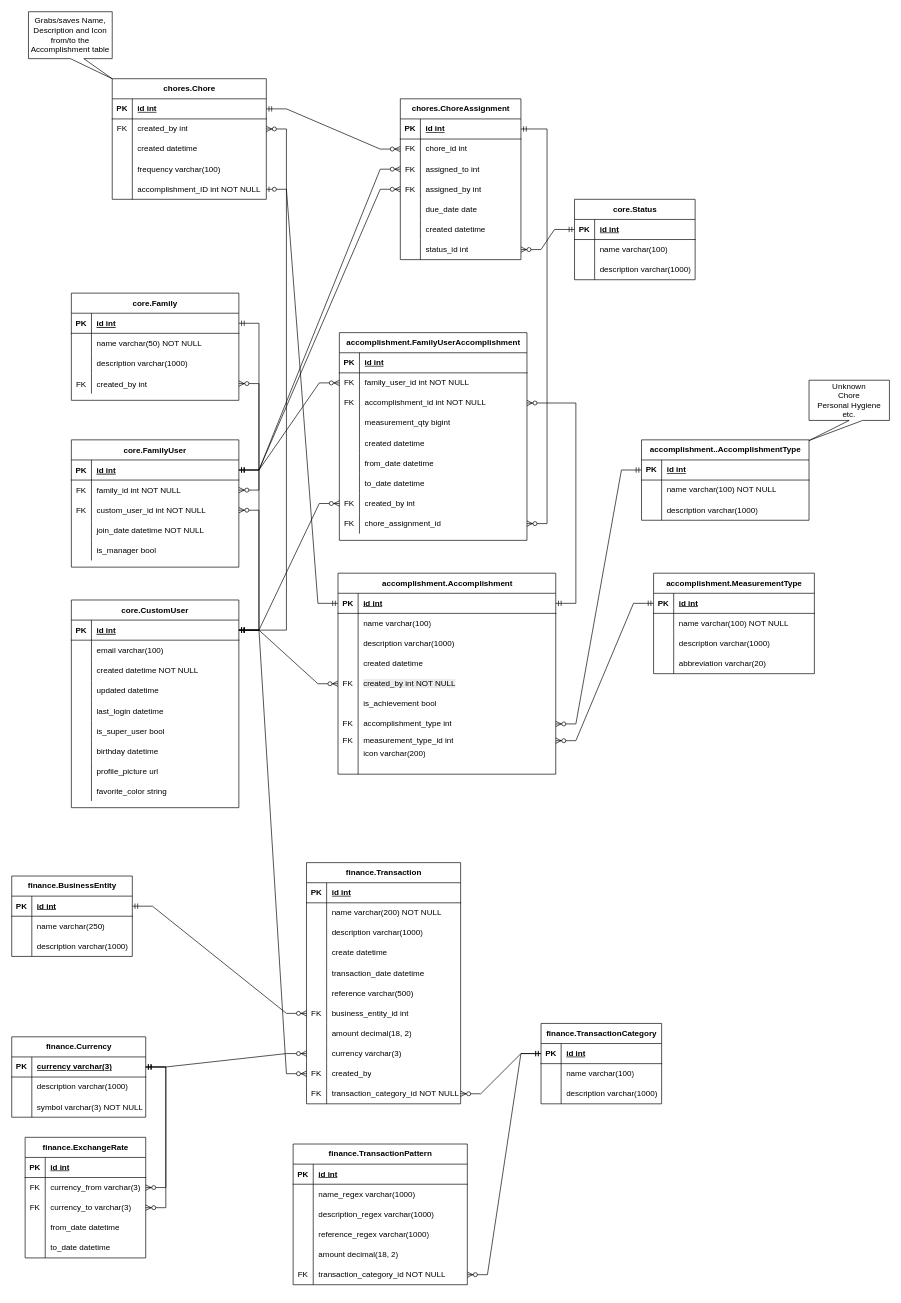
Earlier version of the draw.io diagram documentation/erds/FamilyThingsERD.drawio (WimpieRatte/FamilyThings). Source tidied: cells renumbered, new cells numbered last; positions are measured from the earlier drawing's top-left corner, leaving out a move shared by most shapes. Both pictures are drawn from the tidied source at 67%, with x=0, y=0 at pixel (11, 11).
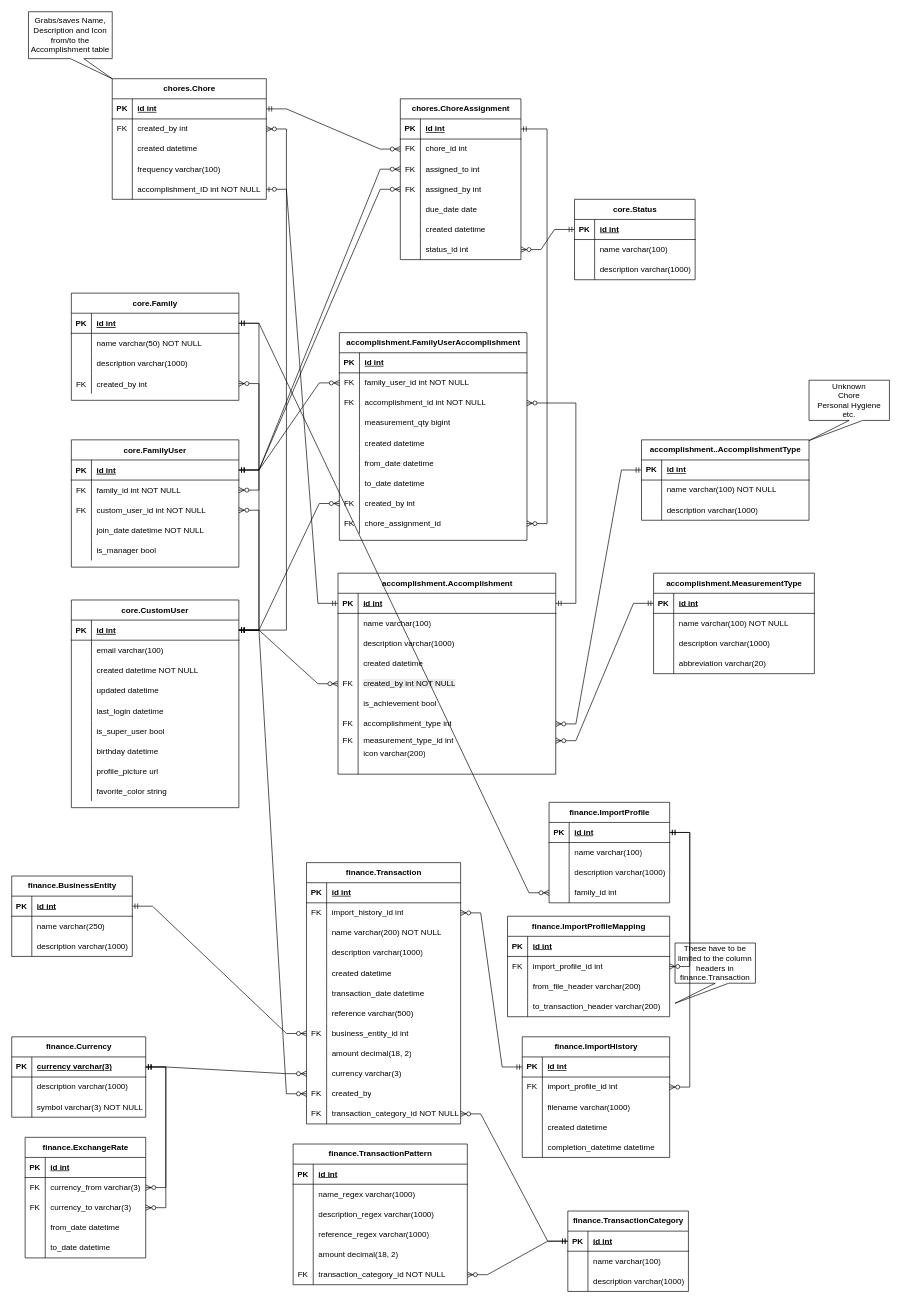
The same diagram, later.

Unchanged cells that the change refers to:
```xml
<mxCell id="129" style="shape=partialRectangle;fillColor=none;points=[[0,0.5],[1,0.5]];portConstraint=eastwest;top=0;left=0;right=0;bottom=1;" parent="128" vertex="1">
  <mxGeometry y="30" width="250" height="30" as="geometry" />
</mxCell>
```

Diff of the diagram source:
```diff
@@
     <mxCell id="149" value="finance.Transaction" style="shape=table;startSize=30;childLayout=tableLayout;rowLines=0;fontStyle=1;align=center;html=1;" parent="1" vertex="1">
-      <mxGeometry x="440" y="1270" width="230" height="360" as="geometry" />
+      <mxGeometry x="440" y="1270" width="230" height="390" as="geometry" />
     </mxCell>
@@
+    <mxCell id="313" style="shape=tableRow;horizontal=0;startSize=0;swimlaneHead=0;swimlaneBody=0;fillColor=none;points=[[0,0.5],[1,0.5]];portConstraint=eastwest;top=0;left=0;right=0;bottom=0;" parent="149" vertex="1">
+      <mxGeometry y="60" width="230" height="30" as="geometry" />
+    </mxCell>
+    <mxCell id="314" value="FK" style="shape=partialRectangle;fillColor=none;top=0;left=0;bottom=0;right=0;overflow=hidden;whiteSpace=wrap;html=1;" parent="313" vertex="1">
+      <mxGeometry width="30" height="30" as="geometry" />
+    </mxCell>
+    <mxCell id="315" value="import_history_id int" style="shape=partialRectangle;fillColor=none;top=0;left=0;bottom=0;right=0;align=left;spacingLeft=6;overflow=hidden;whiteSpace=wrap;html=1;" parent="313" vertex="1">
+      <mxGeometry x="30" width="200" height="30" as="geometry" />
+    </mxCell>
     <mxCell id="153" style="shape=tableRow;horizontal=0;startSize=0;swimlaneHead=0;swimlaneBody=0;fillColor=none;top=0;left=0;right=0;bottom=0;" parent="149" vertex="1">
-      <mxGeometry y="60" width="230" height="30" as="geometry" />
+      <mxGeometry y="90" width="230" height="30" as="geometry" />
     </mxCell>
@@
     <mxCell id="156" style="shape=tableRow;horizontal=0;startSize=0;swimlaneHead=0;swimlaneBody=0;fillColor=none;top=0;left=0;right=0;bottom=0;" parent="149" vertex="1">
-      <mxGeometry y="90" width="230" height="30" as="geometry" />
+      <mxGeometry y="120" width="230" height="30" as="geometry" />
     </mxCell>
@@
     <mxCell id="159" style="shape=tableRow;horizontal=0;startSize=0;swimlaneHead=0;swimlaneBody=0;fillColor=none;top=0;left=0;right=0;bottom=0;" parent="149" vertex="1">
-      <mxGeometry y="120" width="230" height="30" as="geometry" />
+      <mxGeometry y="150" width="230" height="30" as="geometry" />
     </mxCell>
@@
-    <mxCell id="161" value="create datetime" style="shape=partialRectangle;fillColor=none;top=0;left=0;bottom=0;right=0;align=left;spacingLeft=6;overflow=hidden;whiteSpace=wrap;html=1;" parent="159" vertex="1">
+    <mxCell id="161" value="created datetime" style="shape=partialRectangle;fillColor=none;top=0;left=0;bottom=0;right=0;align=left;spacingLeft=6;overflow=hidden;whiteSpace=wrap;html=1;" parent="159" vertex="1">
       <mxGeometry x="30" width="200" height="30" as="geometry" />
     </mxCell>
     <mxCell id="162" style="shape=tableRow;horizontal=0;startSize=0;swimlaneHead=0;swimlaneBody=0;fillColor=none;top=0;left=0;right=0;bottom=0;" parent="149" vertex="1">
-      <mxGeometry y="150" width="230" height="30" as="geometry" />
+      <mxGeometry y="180" width="230" height="30" as="geometry" />
     </mxCell>
@@
     <mxCell id="165" style="shape=tableRow;horizontal=0;startSize=0;swimlaneHead=0;swimlaneBody=0;fillColor=none;top=0;left=0;right=0;bottom=0;" parent="149" vertex="1">
-      <mxGeometry y="180" width="230" height="30" as="geometry" />
+      <mxGeometry y="210" width="230" height="30" as="geometry" />
     </mxCell>
@@
     <mxCell id="168" style="shape=tableRow;horizontal=0;startSize=0;swimlaneHead=0;swimlaneBody=0;fillColor=none;points=[[0,0.5],[1,0.5]];portConstraint=eastwest;top=0;left=0;right=0;bottom=0;" parent="149" vertex="1">
-      <mxGeometry y="210" width="230" height="30" as="geometry" />
+      <mxGeometry y="240" width="230" height="30" as="geometry" />
     </mxCell>
@@
     <mxCell id="171" style="shape=tableRow;horizontal=0;startSize=0;swimlaneHead=0;swimlaneBody=0;fillColor=none;top=0;left=0;right=0;bottom=0;" parent="149" vertex="1">
-      <mxGeometry y="240" width="230" height="30" as="geometry" />
+      <mxGeometry y="270" width="230" height="30" as="geometry" />
     </mxCell>
@@
     <mxCell id="174" style="shape=tableRow;horizontal=0;startSize=0;swimlaneHead=0;swimlaneBody=0;fillColor=none;points=[[0,0.5],[1,0.5]];portConstraint=eastwest;top=0;left=0;right=0;bottom=0;" parent="149" vertex="1">
-      <mxGeometry y="270" width="230" height="30" as="geometry" />
+      <mxGeometry y="300" width="230" height="30" as="geometry" />
     </mxCell>
@@
     <mxCell id="177" style="shape=tableRow;horizontal=0;startSize=0;swimlaneHead=0;swimlaneBody=0;fillColor=none;points=[[0,0.5],[1,0.5]];portConstraint=eastwest;top=0;left=0;right=0;bottom=0;" parent="149" vertex="1">
-      <mxGeometry y="300" width="230" height="30" as="geometry" />
+      <mxGeometry y="330" width="230" height="30" as="geometry" />
     </mxCell>
@@
     <mxCell id="180" style="shape=tableRow;horizontal=0;startSize=0;swimlaneHead=0;swimlaneBody=0;fillColor=none;points=[[0,0.5],[1,0.5]];portConstraint=eastwest;top=0;left=0;right=0;bottom=0;" parent="149" vertex="1">
-      <mxGeometry y="330" width="230" height="30" as="geometry" />
+      <mxGeometry y="360" width="230" height="30" as="geometry" />
     </mxCell>
@@
     <mxCell id="243" value="finance.TransactionCategory" style="shape=table;startSize=30;childLayout=tableLayout;rowLines=0;fontStyle=1;align=center;html=1;" parent="1" vertex="1">
-      <mxGeometry x="790" y="1510" width="180" height="120" as="geometry" />
+      <mxGeometry x="830" y="1790" width="180" height="120" as="geometry" />
     </mxCell>
@@
+    <mxCell id="316" value="finance.ImportProfileMapping" style="shape=table;startSize=30;childLayout=tableLayout;rowLines=0;fontStyle=1;align=center;html=1;" parent="1" vertex="1">
+      <mxGeometry x="740" y="1350" width="242" height="150" as="geometry" />
+    </mxCell>
+    <mxCell id="317" style="shape=tableRow;horizontal=0;startSize=0;swimlaneHead=0;swimlaneBody=0;fillColor=none;top=0;left=0;right=0;bottom=1;" parent="316" vertex="1">
+      <mxGeometry y="30" width="242" height="30" as="geometry" />
+    </mxCell>
+    <mxCell id="318" value="PK" style="shape=partialRectangle;fillColor=none;top=0;left=0;bottom=0;right=0;fontStyle=1;overflow=hidden;whiteSpace=wrap;html=1;" parent="317" vertex="1">
+      <mxGeometry width="30" height="30" as="geometry" />
+    </mxCell>
+    <mxCell id="319" value="id int" style="shape=partialRectangle;fillColor=none;top=0;left=0;bottom=0;right=0;align=left;spacingLeft=6;fontStyle=5;overflow=hidden;whiteSpace=wrap;html=1;" parent="317" vertex="1">
+      <mxGeometry x="30" width="212" height="30" as="geometry" />
+    </mxCell>
+    <mxCell id="320" style="shape=tableRow;horizontal=0;startSize=0;swimlaneHead=0;swimlaneBody=0;fillColor=none;points=[[0,0.5],[1,0.5]];portConstraint=eastwest;top=0;left=0;right=0;bottom=0;" parent="316" vertex="1">
+      <mxGeometry y="60" width="242" height="30" as="geometry" />
+    </mxCell>
+    <mxCell id="321" value="FK" style="shape=partialRectangle;fillColor=none;top=0;left=0;bottom=0;right=0;overflow=hidden;whiteSpace=wrap;html=1;" parent="320" vertex="1">
+      <mxGeometry width="30" height="30" as="geometry" />
+    </mxCell>
+    <mxCell id="322" value="import_profile_id int" style="shape=partialRectangle;fillColor=none;top=0;left=0;bottom=0;right=0;align=left;spacingLeft=6;overflow=hidden;whiteSpace=wrap;html=1;" parent="320" vertex="1">
+      <mxGeometry x="30" width="212" height="30" as="geometry" />
+    </mxCell>
+    <mxCell id="323" style="shape=tableRow;horizontal=0;startSize=0;swimlaneHead=0;swimlaneBody=0;fillColor=none;top=0;left=0;right=0;bottom=0;" parent="316" vertex="1">
+      <mxGeometry y="90" width="242" height="30" as="geometry" />
+    </mxCell>
+    <mxCell id="324" style="shape=partialRectangle;fillColor=none;top=0;left=0;bottom=0;right=0;overflow=hidden;whiteSpace=wrap;html=1;" parent="323" vertex="1">
+      <mxGeometry width="30" height="30" as="geometry" />
+    </mxCell>
+    <mxCell id="325" value="&lt;div&gt;from_file_header varchar(200)&lt;/div&gt;" style="shape=partialRectangle;fillColor=none;top=0;left=0;bottom=0;right=0;align=left;spacingLeft=6;overflow=hidden;whiteSpace=wrap;html=1;" parent="323" vertex="1">
+      <mxGeometry x="30" width="212" height="30" as="geometry" />
+    </mxCell>
+    <mxCell id="326" style="shape=tableRow;horizontal=0;startSize=0;swimlaneHead=0;swimlaneBody=0;fillColor=none;top=0;left=0;right=0;bottom=0;" parent="316" vertex="1">
+      <mxGeometry y="120" width="242" height="30" as="geometry" />
+    </mxCell>
+    <mxCell id="327" style="shape=partialRectangle;fillColor=none;top=0;left=0;bottom=0;right=0;overflow=hidden;whiteSpace=wrap;html=1;" parent="326" vertex="1">
+      <mxGeometry width="30" height="30" as="geometry" />
+    </mxCell>
+    <mxCell id="328" value="to_transaction_header varchar(200)" style="shape=partialRectangle;fillColor=none;top=0;left=0;bottom=0;right=0;align=left;spacingLeft=6;overflow=hidden;whiteSpace=wrap;html=1;" parent="326" vertex="1">
+      <mxGeometry x="30" width="212" height="30" as="geometry" />
+    </mxCell>
+    <mxCell id="329" value="&lt;div&gt;finance.ImportProfile&lt;/div&gt;" style="shape=table;startSize=30;childLayout=tableLayout;rowLines=0;fontStyle=1;align=center;html=1;" parent="1" vertex="1">
+      <mxGeometry x="802" y="1180" width="180" height="150" as="geometry" />
+    </mxCell>
+    <mxCell id="330" style="shape=tableRow;horizontal=0;startSize=0;swimlaneHead=0;swimlaneBody=0;fillColor=none;points=[[0,0.5],[1,0.5]];portConstraint=eastwest;top=0;left=0;right=0;bottom=1;" parent="329" vertex="1">
+      <mxGeometry y="30" width="180" height="30" as="geometry" />
+    </mxCell>
+    <mxCell id="331" value="PK" style="shape=partialRectangle;fillColor=none;top=0;left=0;bottom=0;right=0;fontStyle=1;overflow=hidden;whiteSpace=wrap;html=1;" parent="330" vertex="1">
+      <mxGeometry width="30" height="30" as="geometry" />
+    </mxCell>
+    <mxCell id="332" value="id int" style="shape=partialRectangle;fillColor=none;top=0;left=0;bottom=0;right=0;align=left;spacingLeft=6;fontStyle=5;overflow=hidden;whiteSpace=wrap;html=1;" parent="330" vertex="1">
+      <mxGeometry x="30" width="150" height="30" as="geometry" />
+    </mxCell>
+    <mxCell id="333" style="shape=tableRow;horizontal=0;startSize=0;swimlaneHead=0;swimlaneBody=0;fillColor=none;top=0;left=0;right=0;bottom=0;" parent="329" vertex="1">
+      <mxGeometry y="60" width="180" height="30" as="geometry" />
+    </mxCell>
+    <mxCell id="334" style="shape=partialRectangle;fillColor=none;top=0;left=0;bottom=0;right=0;overflow=hidden;whiteSpace=wrap;html=1;" parent="333" vertex="1">
+      <mxGeometry width="30" height="30" as="geometry" />
+    </mxCell>
+    <mxCell id="335" value="name varchar(100)" style="shape=partialRectangle;fillColor=none;top=0;left=0;bottom=0;right=0;align=left;spacingLeft=6;overflow=hidden;whiteSpace=wrap;html=1;" parent="333" vertex="1">
+      <mxGeometry x="30" width="150" height="30" as="geometry" />
+    </mxCell>
+    <mxCell id="336" style="shape=tableRow;horizontal=0;startSize=0;swimlaneHead=0;swimlaneBody=0;fillColor=none;top=0;left=0;right=0;bottom=0;" parent="329" vertex="1">
+      <mxGeometry y="90" width="180" height="30" as="geometry" />
+    </mxCell>
+    <mxCell id="337" style="shape=partialRectangle;fillColor=none;top=0;left=0;bottom=0;right=0;overflow=hidden;whiteSpace=wrap;html=1;" parent="336" vertex="1">
+      <mxGeometry width="30" height="30" as="geometry" />
+    </mxCell>
+    <mxCell id="338" value="description varchar(1000)" style="shape=partialRectangle;fillColor=none;top=0;left=0;bottom=0;right=0;align=left;spacingLeft=6;overflow=hidden;whiteSpace=wrap;html=1;" parent="336" vertex="1">
+      <mxGeometry x="30" width="150" height="30" as="geometry" />
+    </mxCell>
+    <mxCell id="339" style="shape=tableRow;horizontal=0;startSize=0;swimlaneHead=0;swimlaneBody=0;fillColor=none;points=[[0,0.5],[1,0.5]];portConstraint=eastwest;top=0;left=0;right=0;bottom=0;" parent="329" vertex="1">
+      <mxGeometry y="120" width="180" height="30" as="geometry" />
+    </mxCell>
+    <mxCell id="340" style="shape=partialRectangle;fillColor=none;top=0;left=0;bottom=0;right=0;overflow=hidden;whiteSpace=wrap;html=1;" parent="339" vertex="1">
+      <mxGeometry width="30" height="30" as="geometry" />
+    </mxCell>
+    <mxCell id="341" value="family_id int" style="shape=partialRectangle;fillColor=none;top=0;left=0;bottom=0;right=0;align=left;spacingLeft=6;overflow=hidden;whiteSpace=wrap;html=1;" parent="339" vertex="1">
+      <mxGeometry x="30" width="150" height="30" as="geometry" />
+    </mxCell>
+    <mxCell id="342" style="edgeStyle=entityRelationEdgeStyle;fontSize=12;html=1;endArrow=ERzeroToMany;startArrow=ERmandOne;rounded=0;" parent="1" edge="1" source="129" target="339">
+      <mxGeometry relative="1" as="geometry" />
+    </mxCell>
+    <mxCell id="343" value="These have to be limited to the column headers in finance.Transaction" style="shape=callout;whiteSpace=wrap;html=1;perimeter=calloutPerimeter;position2=0;" parent="1" vertex="1">
+      <mxGeometry x="990" y="1390" width="120" height="90" as="geometry" />
+    </mxCell>
+    <mxCell id="344" style="edgeStyle=entityRelationEdgeStyle;fontSize=12;html=1;endArrow=ERzeroToMany;startArrow=ERmandOne;rounded=0;" parent="1" edge="1" source="330" target="320">
+      <mxGeometry relative="1" as="geometry" />
+    </mxCell>
+    <mxCell id="345" value="finance.ImportHistory" style="shape=table;startSize=30;childLayout=tableLayout;rowLines=0;fontStyle=1;align=center;html=1;" parent="1" vertex="1">
+      <mxGeometry x="762" y="1530" width="220" height="180" as="geometry" />
+    </mxCell>
+    <mxCell id="346" style="shape=tableRow;horizontal=0;startSize=0;swimlaneHead=0;swimlaneBody=0;fillColor=none;points=[[0,0.5],[1,0.5]];portConstraint=eastwest;top=0;left=0;right=0;bottom=1;" parent="345" vertex="1">
+      <mxGeometry y="30" width="220" height="30" as="geometry" />
+    </mxCell>
+    <mxCell id="347" value="PK" style="shape=partialRectangle;fillColor=none;top=0;left=0;bottom=0;right=0;fontStyle=1;overflow=hidden;whiteSpace=wrap;html=1;" parent="346" vertex="1">
+      <mxGeometry width="30" height="30" as="geometry" />
+    </mxCell>
+    <mxCell id="348" value="id int" style="shape=partialRectangle;fillColor=none;top=0;left=0;bottom=0;right=0;align=left;spacingLeft=6;fontStyle=5;overflow=hidden;whiteSpace=wrap;html=1;" parent="346" vertex="1">
+      <mxGeometry x="30" width="190" height="30" as="geometry" />
+    </mxCell>
+    <mxCell id="349" style="shape=tableRow;horizontal=0;startSize=0;swimlaneHead=0;swimlaneBody=0;fillColor=none;points=[[0,0.5],[1,0.5]];portConstraint=eastwest;top=0;left=0;right=0;bottom=0;" parent="345" vertex="1">
+      <mxGeometry y="60" width="220" height="30" as="geometry" />
+    </mxCell>
+    <mxCell id="350" value="FK" style="shape=partialRectangle;fillColor=none;top=0;left=0;bottom=0;right=0;overflow=hidden;whiteSpace=wrap;html=1;" parent="349" vertex="1">
+      <mxGeometry width="30" height="30" as="geometry" />
+    </mxCell>
+    <mxCell id="351" value="import_profile_id int" style="shape=partialRectangle;fillColor=none;top=0;left=0;bottom=0;right=0;align=left;spacingLeft=6;overflow=hidden;whiteSpace=wrap;html=1;" parent="349" vertex="1">
+      <mxGeometry x="30" width="190" height="30" as="geometry" />
+    </mxCell>
+    <mxCell id="352" style="shape=tableRow;horizontal=0;startSize=0;swimlaneHead=0;swimlaneBody=0;fillColor=none;top=0;left=0;right=0;bottom=0;" parent="345" vertex="1">
+      <mxGeometry y="90" width="220" height="30" as="geometry" />
+    </mxCell>
+    <mxCell id="353" style="shape=partialRectangle;fillColor=none;top=0;left=0;bottom=0;right=0;overflow=hidden;whiteSpace=wrap;html=1;" parent="352" vertex="1">
+      <mxGeometry width="30" height="30" as="geometry" />
+    </mxCell>
+    <mxCell id="354" value="filename varchar(1000)" style="shape=partialRectangle;fillColor=none;top=0;left=0;bottom=0;right=0;align=left;spacingLeft=6;overflow=hidden;whiteSpace=wrap;html=1;" parent="352" vertex="1">
+      <mxGeometry x="30" width="190" height="30" as="geometry" />
+    </mxCell>
+    <mxCell id="355" style="shape=tableRow;horizontal=0;startSize=0;swimlaneHead=0;swimlaneBody=0;fillColor=none;top=0;left=0;right=0;bottom=0;" parent="345" vertex="1">
+      <mxGeometry y="120" width="220" height="30" as="geometry" />
+    </mxCell>
+    <mxCell id="356" style="shape=partialRectangle;fillColor=none;top=0;left=0;bottom=0;right=0;overflow=hidden;whiteSpace=wrap;html=1;" parent="355" vertex="1">
+      <mxGeometry width="30" height="30" as="geometry" />
+    </mxCell>
+    <mxCell id="357" value="created datetime" style="shape=partialRectangle;fillColor=none;top=0;left=0;bottom=0;right=0;align=left;spacingLeft=6;overflow=hidden;whiteSpace=wrap;html=1;" parent="355" vertex="1">
+      <mxGeometry x="30" width="190" height="30" as="geometry" />
+    </mxCell>
+    <mxCell id="358" style="shape=tableRow;horizontal=0;startSize=0;swimlaneHead=0;swimlaneBody=0;fillColor=none;top=0;left=0;right=0;bottom=0;" parent="345" vertex="1">
+      <mxGeometry y="150" width="220" height="30" as="geometry" />
+    </mxCell>
+    <mxCell id="359" style="shape=partialRectangle;fillColor=none;top=0;left=0;bottom=0;right=0;overflow=hidden;whiteSpace=wrap;html=1;" parent="358" vertex="1">
+      <mxGeometry width="30" height="30" as="geometry" />
+    </mxCell>
+    <mxCell id="360" value="completion_datetime datetime" style="shape=partialRectangle;fillColor=none;top=0;left=0;bottom=0;right=0;align=left;spacingLeft=6;overflow=hidden;whiteSpace=wrap;html=1;" parent="358" vertex="1">
+      <mxGeometry x="30" width="190" height="30" as="geometry" />
+    </mxCell>
+    <mxCell id="361" style="edgeStyle=entityRelationEdgeStyle;fontSize=12;html=1;endArrow=ERzeroToMany;startArrow=ERmandOne;rounded=0;" parent="1" edge="1" source="330" target="349">
+      <mxGeometry relative="1" as="geometry" />
+    </mxCell>
+    <mxCell id="362" style="edgeStyle=entityRelationEdgeStyle;fontSize=12;html=1;endArrow=ERzeroToMany;startArrow=ERmandOne;rounded=0;" parent="1" edge="1" source="346" target="313">
+      <mxGeometry relative="1" as="geometry" />
+    </mxCell>
```
